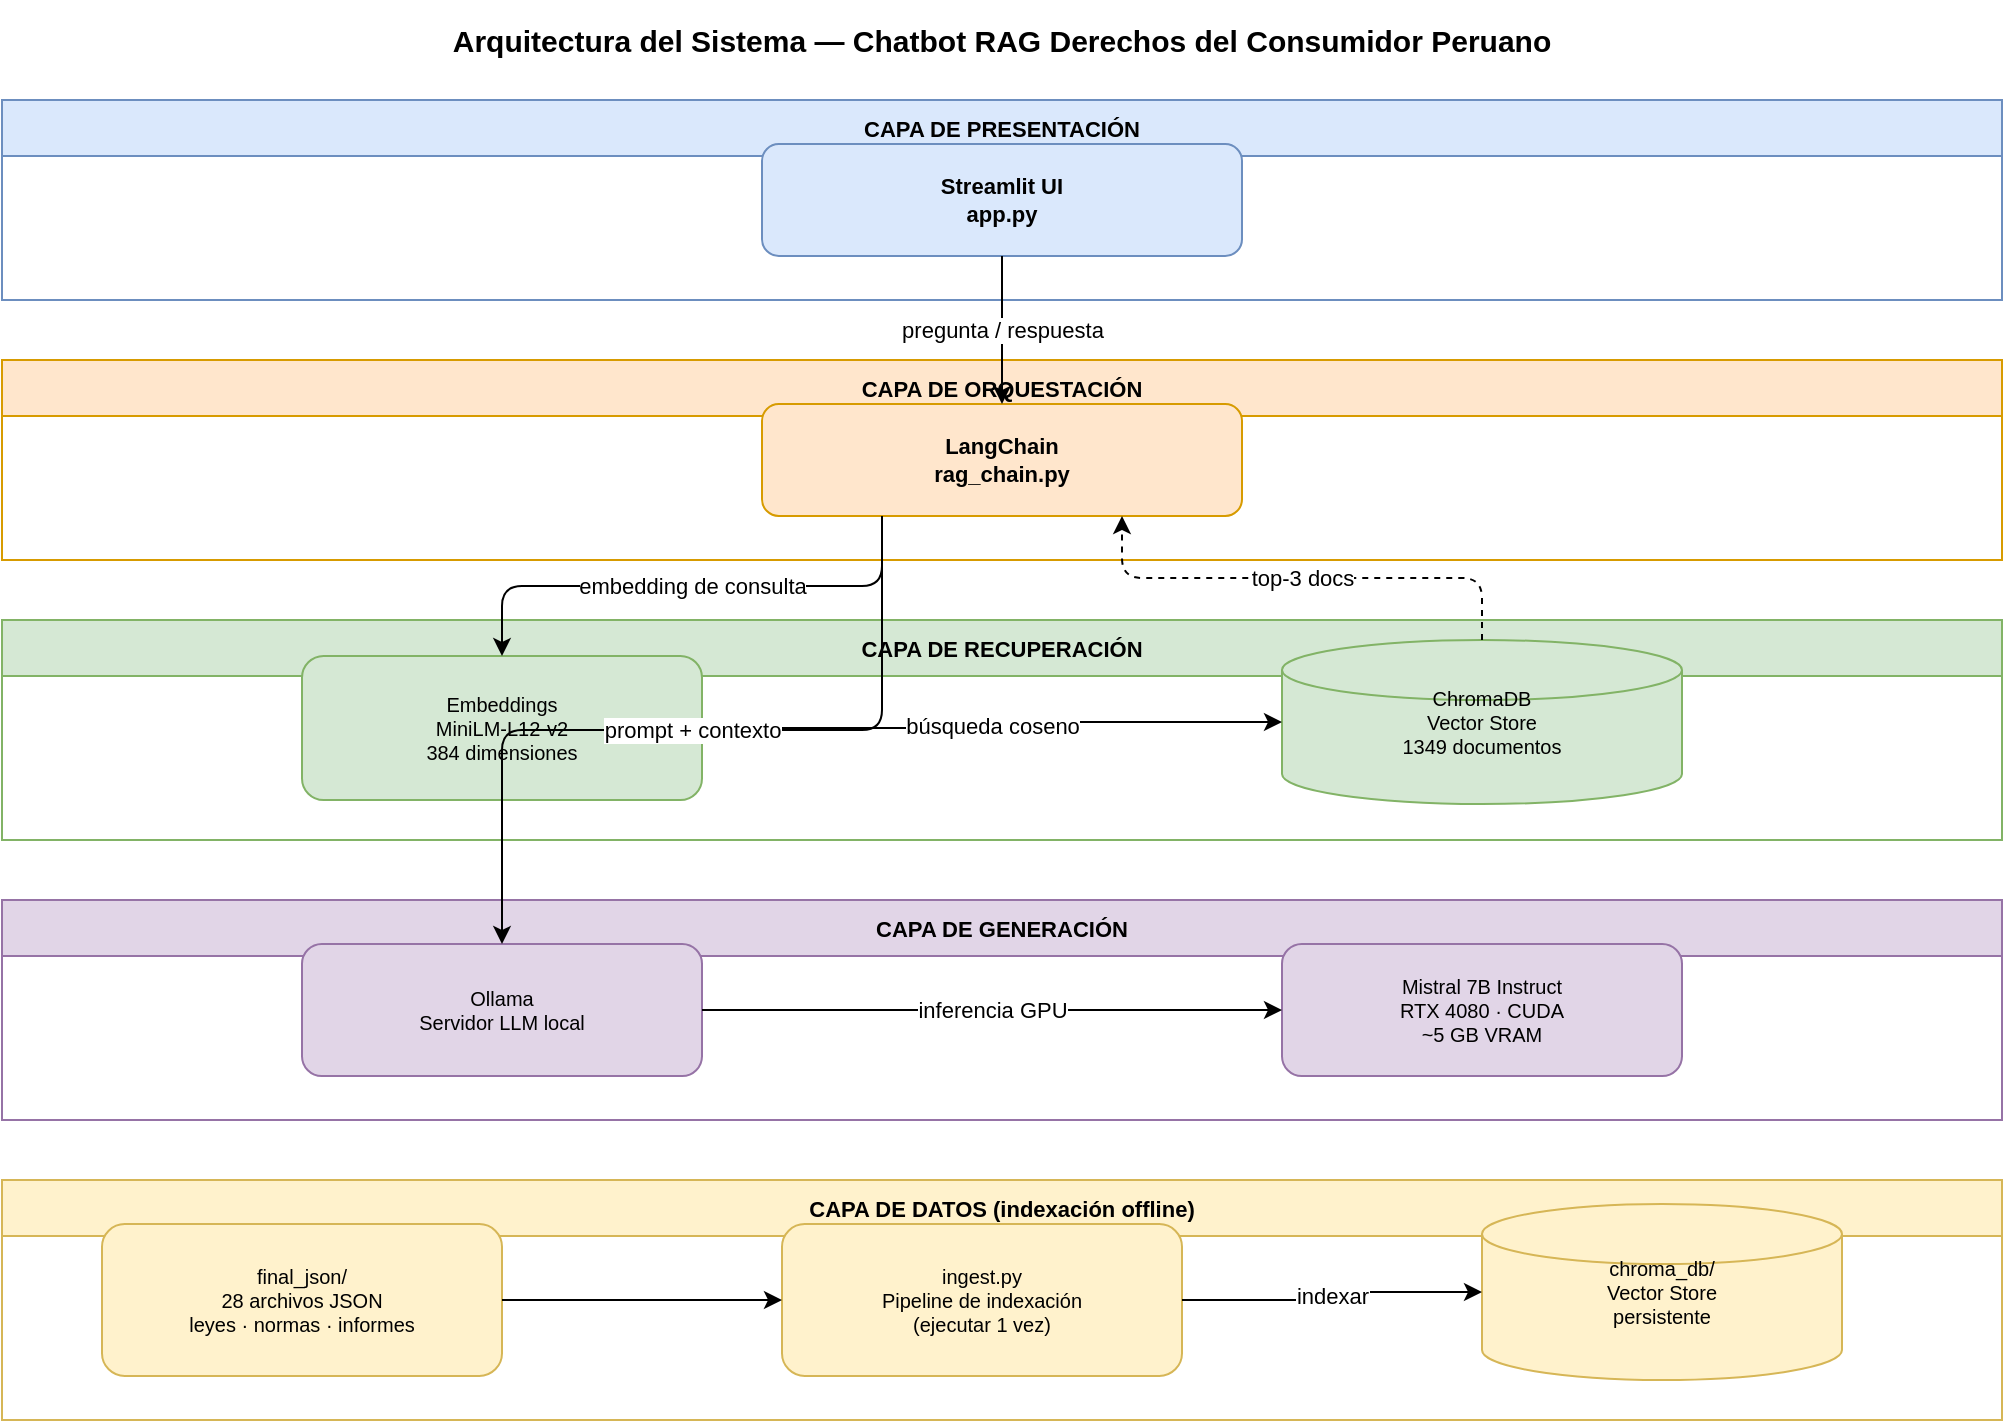
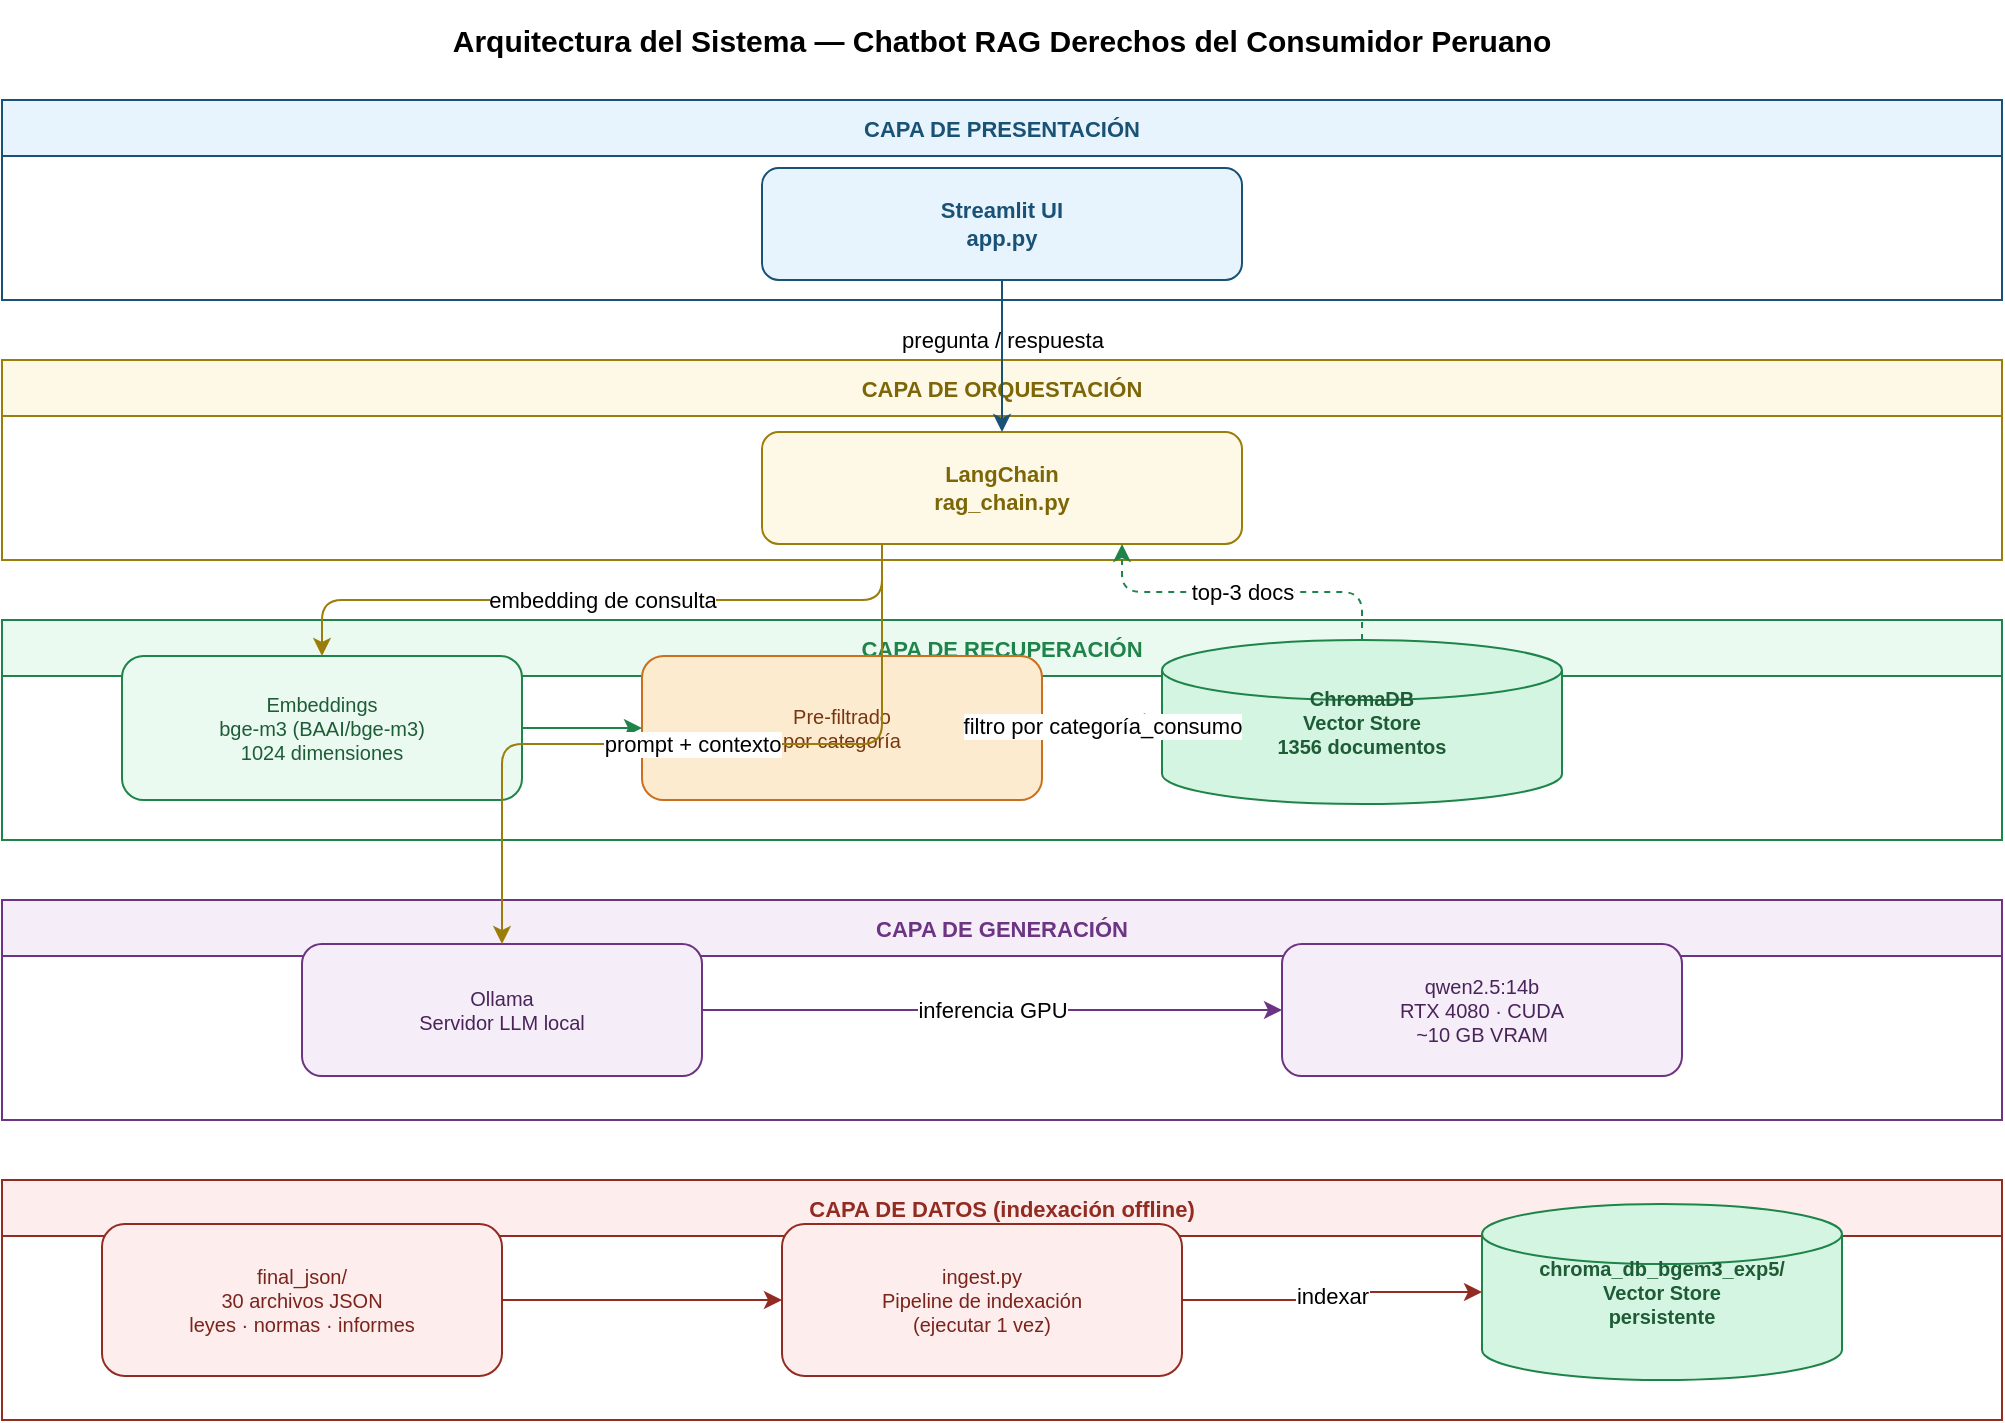
- <?xml version="1.0" encoding="UTF-8"?>
- <mxfile host="drawio" version="26.0.0">
-   <diagram name="Arquitectura del Sistema">
-     <mxGraphModel dx="1422" dy="762" grid="1" gridSize="10" guides="1" tooltips="1" connect="1" arrows="1" fold="1" page="1" pageScale="1" pageWidth="1169" pageHeight="900" math="0" shadow="0">
+ <mxfile host="Electron">
+   <diagram name="Arquitectura del Sistema" id="0">
+     <mxGraphModel dx="1203" dy="946" grid="1" gridSize="10" guides="1" tooltips="1" connect="1" arrows="1" fold="1" page="1" pageScale="1" pageWidth="1169" pageHeight="900" math="0" shadow="0">
      <root>
        <mxCell id="0" />
        <mxCell id="1" parent="0" />
- 
-         <mxCell id="2" value="Arquitectura del Sistema — Chatbot RAG Derechos del Consumidor Peruano" style="text;html=1;strokeColor=none;fillColor=none;align=center;verticalAlign=middle;whiteSpace=wrap;rounded=0;fontSize=15;fontStyle=1;" vertex="1" parent="1">
-           <mxGeometry x="40" y="10" width="1000" height="40" as="geometry" />
+         <mxCell id="2" parent="1" style="text;html=1;strokeColor=none;fillColor=none;align=center;verticalAlign=middle;whiteSpace=wrap;rounded=0;fontSize=15;fontStyle=1;" value="Arquitectura del Sistema — Chatbot RAG Derechos del Consumidor Peruano" vertex="1">
+           <mxGeometry height="40" width="1000" x="40" y="10" as="geometry" />
        </mxCell>
- 
-         <!-- CAPA PRESENTACIÓN -->
-         <mxCell id="3" value="CAPA DE PRESENTACIÓN" style="swimlane;startSize=28;fillColor=#dae8fc;strokeColor=#6c8ebf;fontStyle=1;fontSize=11;" vertex="1" parent="1">
-           <mxGeometry x="40" y="60" width="1000" height="100" as="geometry" />
+         <mxCell id="3" parent="1" style="swimlane;startSize=28;fillColor=#e8f4fd;strokeColor=#1a5276;fontStyle=1;fontSize=11;fontColor=#1a5276;" value="CAPA DE PRESENTACIÓN" vertex="1">
+           <mxGeometry height="100" width="1000" x="40" y="60" as="geometry" />
        </mxCell>
-         <mxCell id="4" value="Streamlit UI&#xa;app.py" style="rounded=1;whiteSpace=wrap;html=1;fillColor=#dae8fc;strokeColor=#6c8ebf;fontStyle=1;fontSize=11;" vertex="1" parent="3">
-           <mxGeometry x="380" y="22" width="240" height="56" as="geometry" />
+         <mxCell id="4" parent="3" style="rounded=1;whiteSpace=wrap;html=1;fillColor=#e8f4fd;strokeColor=#1a5276;fontStyle=1;fontSize=11;fontColor=#1a5276;" value="Streamlit UI&#xa;app.py" vertex="1">
+           <mxGeometry height="56" width="240" x="380" y="34" as="geometry" />
        </mxCell>
- 
-         <!-- CAPA ORQUESTACIÓN -->
-         <mxCell id="5" value="CAPA DE ORQUESTACIÓN" style="swimlane;startSize=28;fillColor=#ffe6cc;strokeColor=#d79b00;fontStyle=1;fontSize=11;" vertex="1" parent="1">
-           <mxGeometry x="40" y="190" width="1000" height="100" as="geometry" />
+         <mxCell id="5" parent="1" style="swimlane;startSize=28;fillColor=#fef9e7;strokeColor=#9a7d0a;fontStyle=1;fontSize=11;fontColor=#7d6608;" value="CAPA DE ORQUESTACIÓN" vertex="1">
+           <mxGeometry height="100" width="1000" x="40" y="190" as="geometry" />
        </mxCell>
-         <mxCell id="6" value="LangChain&#xa;rag_chain.py" style="rounded=1;whiteSpace=wrap;html=1;fillColor=#ffe6cc;strokeColor=#d79b00;fontStyle=1;fontSize=11;" vertex="1" parent="5">
-           <mxGeometry x="380" y="22" width="240" height="56" as="geometry" />
+         <mxCell id="6" parent="5" style="rounded=1;whiteSpace=wrap;html=1;fillColor=#fef9e7;strokeColor=#9a7d0a;fontStyle=1;fontSize=11;fontColor=#7d6608;" value="LangChain&#xa;rag_chain.py" vertex="1">
+           <mxGeometry height="56" width="240" x="380" y="36" as="geometry" />
        </mxCell>
- 
-         <!-- CAPA RECUPERACIÓN -->
-         <mxCell id="7" value="CAPA DE RECUPERACIÓN" style="swimlane;startSize=28;fillColor=#d5e8d4;strokeColor=#82b366;fontStyle=1;fontSize=11;" vertex="1" parent="1">
-           <mxGeometry x="40" y="320" width="1000" height="110" as="geometry" />
+         <mxCell id="7" parent="1" style="swimlane;startSize=28;fillColor=#eafaf1;strokeColor=#1e8449;fontStyle=1;fontSize=11;fontColor=#1e8449;" value="CAPA DE RECUPERACIÓN" vertex="1">
+           <mxGeometry height="110" width="1000" x="40" y="320" as="geometry" />
        </mxCell>
-         <mxCell id="8" value="Embeddings&#xa;MiniLM-L12-v2&#xa;384 dimensiones" style="rounded=1;whiteSpace=wrap;html=1;fillColor=#d5e8d4;strokeColor=#82b366;fontSize=10;" vertex="1" parent="7">
-           <mxGeometry x="150" y="18" width="200" height="72" as="geometry" />
+         <mxCell id="8" parent="7" style="rounded=1;whiteSpace=wrap;html=1;fillColor=#eafaf1;strokeColor=#1e8449;fontSize=10;fontColor=#1e5c36;" value="Embeddings&#xa;bge-m3 (BAAI/bge-m3)&#xa;1024 dimensiones" vertex="1">
+           <mxGeometry height="72" width="200" x="60" y="18" as="geometry" />
        </mxCell>
-         <mxCell id="9" value="ChromaDB&#xa;Vector Store&#xa;1349 documentos" style="shape=cylinder3;whiteSpace=wrap;html=1;fillColor=#d5e8d4;strokeColor=#82b366;fontSize=10;" vertex="1" parent="7">
-           <mxGeometry x="640" y="10" width="200" height="82" as="geometry" />
+         <mxCell id="25" parent="7" style="rounded=1;whiteSpace=wrap;html=1;fillColor=#fdebd0;strokeColor=#ca6f1e;fontSize=10;fontColor=#78350f;" value="Pre-filtrado&#xa;por categoría" vertex="1">
+           <mxGeometry height="72" width="200" x="320" y="18" as="geometry" />
        </mxCell>
- 
-         <!-- CAPA GENERACIÓN -->
-         <mxCell id="10" value="CAPA DE GENERACIÓN" style="swimlane;startSize=28;fillColor=#e1d5e7;strokeColor=#9673a6;fontStyle=1;fontSize=11;" vertex="1" parent="1">
-           <mxGeometry x="40" y="460" width="1000" height="110" as="geometry" />
+         <mxCell id="9" parent="7" style="shape=cylinder3;whiteSpace=wrap;html=1;fillColor=#d5f5e3;strokeColor=#1e8449;fontSize=10;fontColor=#1e5c36;fontStyle=1;" value="ChromaDB&#xa;Vector Store&#xa;1356 documentos" vertex="1">
+           <mxGeometry height="82" width="200" x="580" y="10" as="geometry" />
        </mxCell>
-         <mxCell id="11" value="Ollama&#xa;Servidor LLM local" style="rounded=1;whiteSpace=wrap;html=1;fillColor=#e1d5e7;strokeColor=#9673a6;fontSize=10;" vertex="1" parent="10">
-           <mxGeometry x="150" y="22" width="200" height="66" as="geometry" />
+         <mxCell id="10" parent="1" style="swimlane;startSize=28;fillColor=#f5eef8;strokeColor=#6c3483;fontStyle=1;fontSize=11;fontColor=#6c3483;" value="CAPA DE GENERACIÓN" vertex="1">
+           <mxGeometry height="110" width="1000" x="40" y="460" as="geometry" />
        </mxCell>
-         <mxCell id="12" value="Mistral 7B Instruct&#xa;RTX 4080 · CUDA&#xa;~5 GB VRAM" style="rounded=1;whiteSpace=wrap;html=1;fillColor=#e1d5e7;strokeColor=#9673a6;fontSize=10;" vertex="1" parent="10">
-           <mxGeometry x="640" y="22" width="200" height="66" as="geometry" />
+         <mxCell id="11" parent="10" style="rounded=1;whiteSpace=wrap;html=1;fillColor=#f5eef8;strokeColor=#6c3483;fontSize=10;fontColor=#4a235a;" value="Ollama&#xa;Servidor LLM local" vertex="1">
+           <mxGeometry height="66" width="200" x="150" y="22" as="geometry" />
        </mxCell>
- 
-         <!-- CAPA DATOS -->
-         <mxCell id="13" value="CAPA DE DATOS (indexación offline)" style="swimlane;startSize=28;fillColor=#fff2cc;strokeColor=#d6b656;fontStyle=1;fontSize=11;" vertex="1" parent="1">
-           <mxGeometry x="40" y="600" width="1000" height="120" as="geometry" />
+         <mxCell id="12" parent="10" style="rounded=1;whiteSpace=wrap;html=1;fillColor=#f5eef8;strokeColor=#6c3483;fontSize=10;fontColor=#4a235a;" value="qwen2.5:14b&#xa;RTX 4080 · CUDA&#xa;~10 GB VRAM" vertex="1">
+           <mxGeometry height="66" width="200" x="640" y="22" as="geometry" />
        </mxCell>
-         <mxCell id="14" value="final_json/&#xa;28 archivos JSON&#xa;leyes · normas · informes" style="rounded=1;whiteSpace=wrap;html=1;fillColor=#fff2cc;strokeColor=#d6b656;fontSize=10;" vertex="1" parent="13">
-           <mxGeometry x="50" y="22" width="200" height="76" as="geometry" />
+         <mxCell id="13" parent="1" style="swimlane;startSize=28;fillColor=#fdedec;strokeColor=#922b21;fontStyle=1;fontSize=11;fontColor=#922b21;" value="CAPA DE DATOS (indexación offline)" vertex="1">
+           <mxGeometry height="120" width="1000" x="40" y="600" as="geometry" />
        </mxCell>
-         <mxCell id="15" value="ingest.py&#xa;Pipeline de indexación&#xa;(ejecutar 1 vez)" style="rounded=1;whiteSpace=wrap;html=1;fillColor=#fff2cc;strokeColor=#d6b656;fontSize=10;" vertex="1" parent="13">
-           <mxGeometry x="390" y="22" width="200" height="76" as="geometry" />
+         <mxCell id="14" parent="13" style="rounded=1;whiteSpace=wrap;html=1;fillColor=#fdedec;strokeColor=#922b21;fontSize=10;fontColor=#7b241c;" value="final_json/&#xa;30 archivos JSON&#xa;leyes · normas · informes" vertex="1">
+           <mxGeometry height="76" width="200" x="50" y="22" as="geometry" />
        </mxCell>
-         <mxCell id="16" value="chroma_db/&#xa;Vector Store&#xa;persistente" style="shape=cylinder3;whiteSpace=wrap;html=1;fillColor=#fff2cc;strokeColor=#d6b656;fontSize=10;" vertex="1" parent="13">
-           <mxGeometry x="740" y="12" width="180" height="88" as="geometry" />
+         <mxCell id="15" parent="13" style="rounded=1;whiteSpace=wrap;html=1;fillColor=#fdedec;strokeColor=#922b21;fontSize=10;fontColor=#7b241c;" value="ingest.py&#xa;Pipeline de indexación&#xa;(ejecutar 1 vez)" vertex="1">
+           <mxGeometry height="76" width="200" x="390" y="22" as="geometry" />
        </mxCell>
- 
-         <!-- EDGES between layers -->
-         <mxCell id="17" value="pregunta / respuesta" style="edgeStyle=orthogonalEdgeStyle;rounded=1;orthogonalLoop=1;jettySize=auto;html=1;" edge="1" parent="1" source="4" target="6">
+         <mxCell id="16" parent="13" style="shape=cylinder3;whiteSpace=wrap;html=1;fillColor=#d5f5e3;strokeColor=#1e8449;fontSize=10;fontColor=#1e5c36;fontStyle=1;" value="chroma_db_bgem3_exp5/&#xa;Vector Store&#xa;persistente" vertex="1">
+           <mxGeometry height="88" width="180" x="740" y="12" as="geometry" />
+         </mxCell>
+         <mxCell id="17" edge="1" parent="1" source="4" style="edgeStyle=orthogonalEdgeStyle;rounded=1;orthogonalLoop=1;jettySize=auto;html=1;strokeColor=#1a5276;labelBackgroundColor=none;" target="6" value="pregunta / respuesta">
+           <mxGeometry relative="1" x="-0.2105" as="geometry">
+             <mxPoint as="offset" />
+           </mxGeometry>
+         </mxCell>
+         <mxCell id="18" edge="1" parent="1" source="6" style="edgeStyle=orthogonalEdgeStyle;rounded=1;orthogonalLoop=1;jettySize=auto;html=1;exitX=0.25;exitY=1;exitDx=0;exitDy=0;strokeColor=#9a7d0a;" target="8" value="embedding de consulta">
          <mxGeometry relative="1" as="geometry" />
        </mxCell>
-         <mxCell id="18" value="embedding de consulta" style="edgeStyle=orthogonalEdgeStyle;rounded=1;orthogonalLoop=1;jettySize=auto;html=1;exitX=0.25;exitY=1;exitDx=0;exitDy=0;" edge="1" parent="1" source="6" target="8">
+         <mxCell id="19" edge="1" parent="1" source="8" style="edgeStyle=orthogonalEdgeStyle;rounded=1;orthogonalLoop=1;jettySize=auto;html=1;strokeColor=#1e8449;" target="25" value="">
          <mxGeometry relative="1" as="geometry" />
        </mxCell>
-         <mxCell id="19" value="búsqueda coseno" style="edgeStyle=orthogonalEdgeStyle;rounded=1;orthogonalLoop=1;jettySize=auto;html=1;" edge="1" parent="1" source="8" target="9">
+         <mxCell id="26" edge="1" parent="1" source="25" style="edgeStyle=orthogonalEdgeStyle;rounded=1;orthogonalLoop=1;jettySize=auto;html=1;strokeColor=#ca6f1e;" target="9" value="filtro por categoría_consumo">
          <mxGeometry relative="1" as="geometry" />
        </mxCell>
-         <mxCell id="20" value="top-3 docs" style="edgeStyle=orthogonalEdgeStyle;rounded=1;orthogonalLoop=1;jettySize=auto;html=1;dashed=1;exitX=0.5;exitY=0;exitDx=0;exitDy=0;entryX=0.75;entryY=1;entryDx=0;entryDy=0;" edge="1" parent="1" source="9" target="6">
+         <mxCell id="20" edge="1" parent="1" source="9" style="edgeStyle=orthogonalEdgeStyle;rounded=1;orthogonalLoop=1;jettySize=auto;html=1;dashed=1;exitX=0.5;exitY=0;exitDx=0;exitDy=0;entryX=0.75;entryY=1;entryDx=0;entryDy=0;strokeColor=#1e8449;" target="6" value="top-3 docs">
          <mxGeometry relative="1" as="geometry" />
        </mxCell>
-         <mxCell id="21" value="prompt + contexto" style="edgeStyle=orthogonalEdgeStyle;rounded=1;orthogonalLoop=1;jettySize=auto;html=1;exitX=0.25;exitY=1;exitDx=0;exitDy=0;" edge="1" parent="1" source="6" target="11">
+         <mxCell id="21" edge="1" parent="1" source="6" style="edgeStyle=orthogonalEdgeStyle;rounded=1;orthogonalLoop=1;jettySize=auto;html=1;exitX=0.25;exitY=1;exitDx=0;exitDy=0;strokeColor=#9a7d0a;" target="11" value="prompt + contexto">
          <mxGeometry relative="1" as="geometry" />
        </mxCell>
-         <mxCell id="22" value="inferencia GPU" style="edgeStyle=orthogonalEdgeStyle;rounded=1;orthogonalLoop=1;jettySize=auto;html=1;" edge="1" parent="1" source="11" target="12">
+         <mxCell id="22" edge="1" parent="1" source="11" style="edgeStyle=orthogonalEdgeStyle;rounded=1;orthogonalLoop=1;jettySize=auto;html=1;strokeColor=#6c3483;" target="12" value="inferencia GPU">
          <mxGeometry relative="1" as="geometry" />
        </mxCell>
-         <mxCell id="23" value="" style="edgeStyle=orthogonalEdgeStyle;rounded=1;orthogonalLoop=1;jettySize=auto;html=1;" edge="1" parent="1" source="14" target="15">
+         <mxCell id="23" edge="1" parent="1" source="14" style="edgeStyle=orthogonalEdgeStyle;rounded=1;orthogonalLoop=1;jettySize=auto;html=1;strokeColor=#922b21;" target="15" value="">
          <mxGeometry relative="1" as="geometry" />
        </mxCell>
-         <mxCell id="24" value="indexar" style="edgeStyle=orthogonalEdgeStyle;rounded=1;orthogonalLoop=1;jettySize=auto;html=1;" edge="1" parent="1" source="15" target="16">
+         <mxCell id="24" edge="1" parent="1" source="15" style="edgeStyle=orthogonalEdgeStyle;rounded=1;orthogonalLoop=1;jettySize=auto;html=1;strokeColor=#922b21;" target="16" value="indexar">
          <mxGeometry relative="1" as="geometry" />
        </mxCell>
- 
      </root>
    </mxGraphModel>
  </diagram>
</mxfile>
